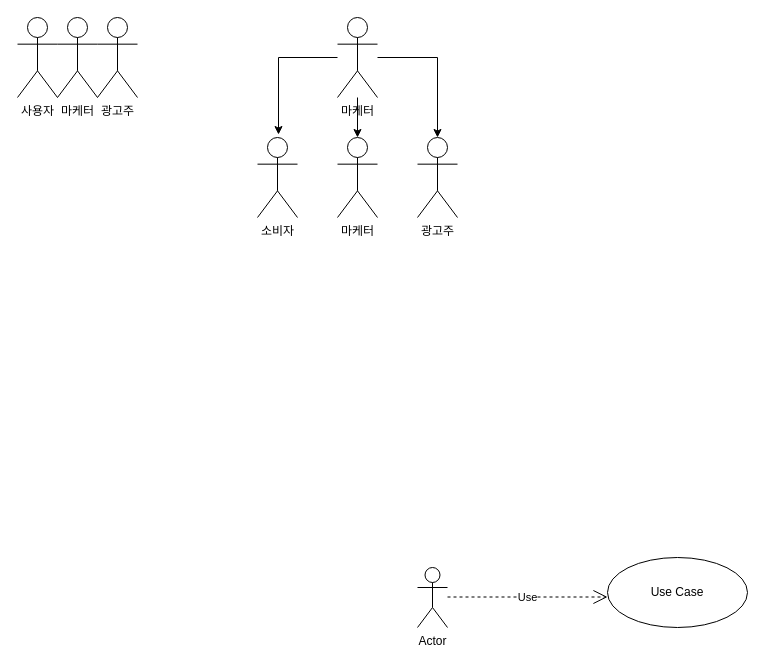
Before: Untitled Diagram.drawio in LEESEONGBOK1214/LSB-Files, a draw.io diagram. Source tidied: cells renumbered, new cells numbered last; positions are measured from the earlier drawing's top-left corner, leaving out a move shared by most shapes. Both pictures are drawn from the tidied source at 100%, with x=0, y=0 at pixel (17, 17).
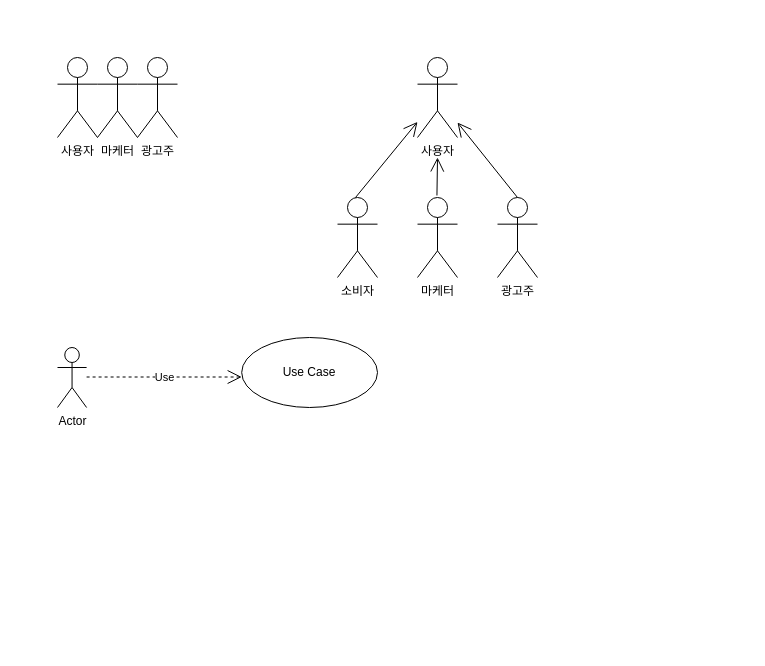
After the change.

The edit, as a diff of the source:
```diff
@@
 <mxGraphModel>
   <root>
     <mxCell id="0" />
     <mxCell id="1" parent="0" />
     <mxCell id="2" value="사용자" style="shape=umlActor;verticalLabelPosition=bottom;verticalAlign=top;html=1;" parent="1" vertex="1">
-      <mxGeometry width="40" height="80" as="geometry" />
+      <mxGeometry x="40" y="40" width="40" height="80" as="geometry" />
     </mxCell>
     <mxCell id="3" value="광고주" style="shape=umlActor;verticalLabelPosition=bottom;verticalAlign=top;html=1;" parent="1" vertex="1">
-      <mxGeometry x="80" width="40" height="80" as="geometry" />
+      <mxGeometry x="120" y="40" width="40" height="80" as="geometry" />
     </mxCell>
     <mxCell id="4" value="마케터" style="shape=umlActor;verticalLabelPosition=bottom;verticalAlign=top;html=1;" parent="1" vertex="1">
-      <mxGeometry x="40" width="40" height="80" as="geometry" />
+      <mxGeometry x="80" y="40" width="40" height="80" as="geometry" />
     </mxCell>
     <mxCell id="5" value="소비자" style="shape=umlActor;verticalLabelPosition=bottom;verticalAlign=top;html=1;" parent="1" vertex="1">
-      <mxGeometry x="240" y="120" width="40" height="80" as="geometry" />
+      <mxGeometry x="320" y="180" width="40" height="80" as="geometry" />
     </mxCell>
     <mxCell id="6" value="광고주" style="shape=umlActor;verticalLabelPosition=bottom;verticalAlign=top;html=1;" parent="1" vertex="1">
-      <mxGeometry x="400" y="120" width="40" height="80" as="geometry" />
+      <mxGeometry x="480" y="180" width="40" height="80" as="geometry" />
     </mxCell>
     <mxCell id="7" value="마케터" style="shape=umlActor;verticalLabelPosition=bottom;verticalAlign=top;html=1;" parent="1" vertex="1">
-      <mxGeometry x="320" y="120" width="40" height="80" as="geometry" />
+      <mxGeometry x="400" y="180" width="40" height="80" as="geometry" />
     </mxCell>
     <mxCell id="8" style="group;" parent="1" vertex="1">
-      <mxGeometry x="400" y="540" width="330" height="70" as="geometry" />
+      <mxGeometry x="40" y="320" width="320" height="70" as="geometry" />
     </mxCell>
     <mxCell id="9" value="Actor" style="shape=umlActor;verticalLabelPosition=bottom;verticalAlign=top;html=1;" parent="8" vertex="1">
-      <mxGeometry y="10" width="30" height="60" as="geometry" />
+      <mxGeometry y="10" width="29.1" height="60" as="geometry" />
     </mxCell>
     <mxCell id="10" value="Use Case" style="ellipse;whiteSpace=wrap;html=1;" parent="8" vertex="1">
-      <mxGeometry x="190" width="140" height="70" as="geometry" />
+      <mxGeometry x="184.2" width="135.8" height="70" as="geometry" />
     </mxCell>
     <mxCell id="11" value="Use" style="endArrow=open;endSize=12;dashed=1;html=1;" parent="8" edge="1">
       <mxGeometry relative="1" as="geometry">
-        <mxPoint x="30" y="39.5" as="sourcePoint" />
-        <mxPoint x="190" y="39.5" as="targetPoint" />
+        <mxPoint x="29.1" y="39.5" as="sourcePoint" />
+        <mxPoint x="184.2" y="39.5" as="targetPoint" />
       </mxGeometry>
     </mxCell>
-    <mxCell id="12" style="edgeStyle=orthogonalEdgeStyle;rounded=0;jettySize=auto;html=1;" parent="1" edge="1" source="15">
-      <mxGeometry relative="1" as="geometry">
-        <mxPoint x="340" y="120" as="targetPoint" />
-        <Array as="points">
-          <mxPoint x="340" y="120" />
-        </Array>
-      </mxGeometry>
-    </mxCell>
-    <mxCell id="13" style="edgeStyle=orthogonalEdgeStyle;rounded=0;jettySize=auto;html=1;entryX=0.525;entryY=-0.037;entryDx=0;entryDy=0;entryPerimeter=0;" parent="1" edge="1" source="15" target="5">
-      <mxGeometry relative="1" as="geometry" />
-    </mxCell>
-    <mxCell id="14" style="edgeStyle=orthogonalEdgeStyle;rounded=0;jettySize=auto;html=1;entryX=0.5;entryY=0;entryDx=0;entryDy=0;entryPerimeter=0;" parent="1" edge="1" source="15" target="6">
-      <mxGeometry relative="1" as="geometry" />
-    </mxCell>
-    <mxCell id="15" value="마케터" style="shape=umlActor;verticalLabelPosition=bottom;verticalAlign=top;html=1;" parent="1" vertex="1">
-      <mxGeometry x="320" width="40" height="80" as="geometry" />
+    <mxCell id="15" value="사용자" style="shape=umlActor;verticalLabelPosition=bottom;verticalAlign=top;html=1;" parent="1" vertex="1">
+      <mxGeometry x="400" y="40" width="40" height="80" as="geometry" />
     </mxCell>
+    <mxCell id="16" style="endArrow=open;endFill=1;endSize=12;html=1;exitX=0.45;exitY=0;exitDx=0;exitDy=0;exitPerimeter=0;" parent="1" edge="1" source="5" target="15">
+      <mxGeometry relative="1" as="geometry" />
+    </mxCell>
+    <mxCell id="17" style="endArrow=open;endFill=1;endSize=12;html=1;exitX=0.5;exitY=0;exitDx=0;exitDy=0;exitPerimeter=0;" parent="1" edge="1" source="6" target="15">
+      <mxGeometry relative="1" as="geometry" />
+    </mxCell>
+    <mxCell id="18" style="endArrow=open;endFill=1;endSize=12;html=1;exitX=0.486;exitY=-0.025;exitDx=0;exitDy=0;exitPerimeter=0;" parent="1" edge="1" source="7">
+      <mxGeometry relative="1" as="geometry">
+        <mxPoint x="420" y="140" as="targetPoint" />
+      </mxGeometry>
+    </mxCell>
   </root>
 </mxGraphModel>
```
